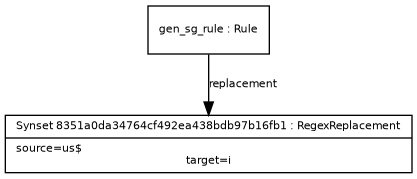
Above: examples/example_8.png in ontolex/morph (Graphviz), before the change. Its source is kept beside it as examples/example_8.dot. Its diagram source:
```dot
digraph G {
  fontname = "Bitstream Vera Sans"
    fontsize = 8

    node [
      fontname = "Bitstream Vera Sans"
      fontsize = 8
      shape = "record"
    ]

    edge [
      fontname = "Bitstream Vera Sans"
      fontsize = 8
    ]

Synset8351a0da34764cf492ea438bdb97b16fb1 [ label="{Synset 8351a0da34764cf492ea438bdb97b16fb1 : RegexReplacement|source=us$\ltarget=i}" ]
gen_sg_rule -> Synset8351a0da34764cf492ea438bdb97b16fb1 [ label="replacement" ]
gen_sg_rule [ label="{gen_sg_rule : Rule}" ]
}
```
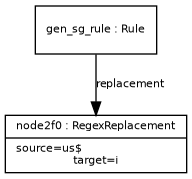
The same file after the commit.

Change to the diagram source:
```diff
@@ -13,7 +13,7 @@
       fontsize = 8
     ]
 
-Synset8351a0da34764cf492ea438bdb97b16fb1 [ label="{Synset 8351a0da34764cf492ea438bdb97b16fb1 : RegexReplacement|source=us$\ltarget=i}" ]
-gen_sg_rule -> Synset8351a0da34764cf492ea438bdb97b16fb1 [ label="replacement" ]
+node2f0 [ label="{node2f0 : RegexReplacement|source=us$\ltarget=i}" ]
+gen_sg_rule -> node2f0 [ label="replacement" ]
 gen_sg_rule [ label="{gen_sg_rule : Rule}" ]
 }
```
